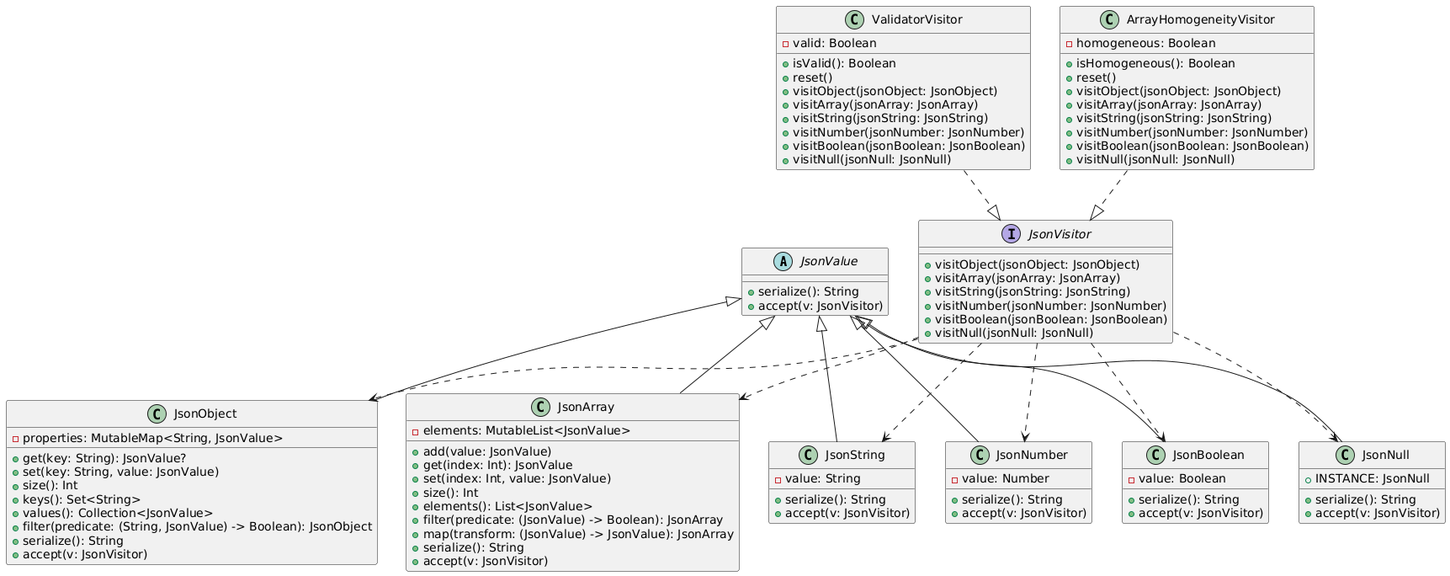
This is docs/diagrams/JsonModelDiagram.png from Bonviniv/KJsonServe, a PlantUML export, as it was before one commit.
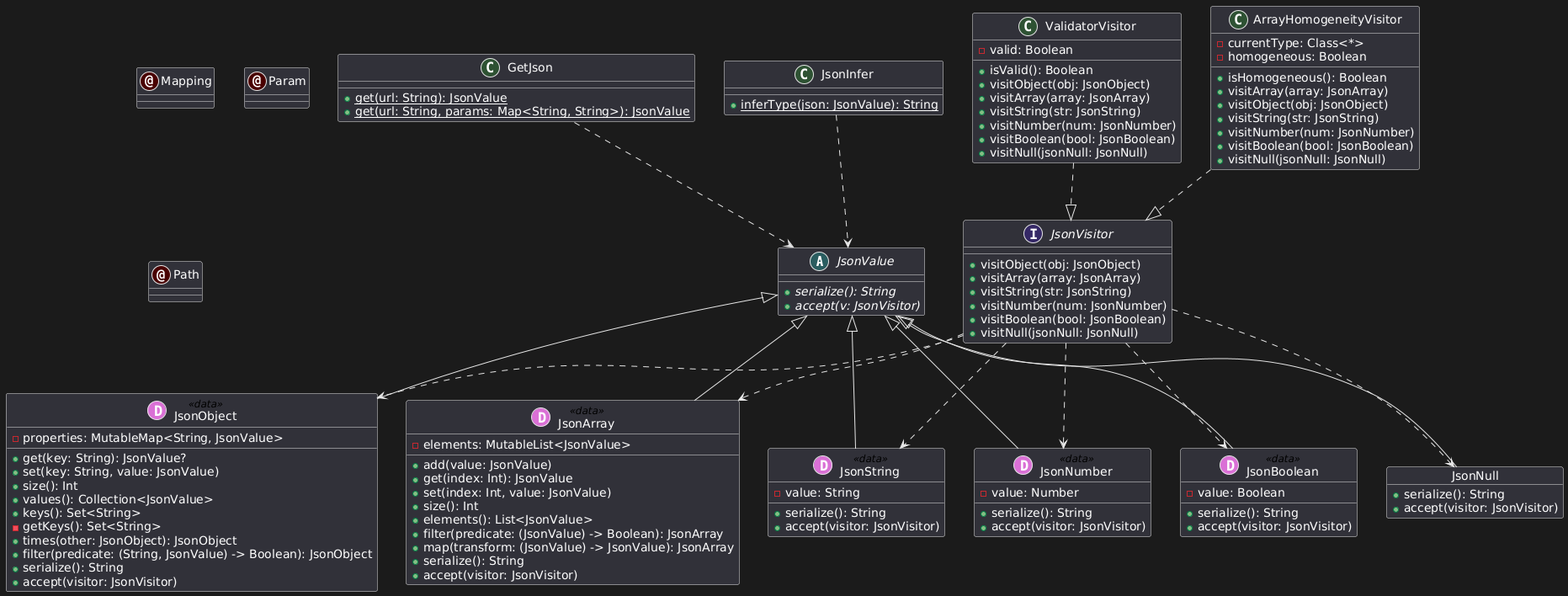
After the commit.

What changed in the source:
```diff
@@ -1,22 +1,24 @@
 @startuml
 abstract class JsonValue {
-  + serialize(): String
-  + accept(v: JsonVisitor)
+  + {abstract} serialize(): String
+  + {abstract} accept(v: JsonVisitor)
 }
 
-class JsonObject {
+class JsonObject << (D,orchid) data >> {
   - properties: MutableMap<String, JsonValue>
   + get(key: String): JsonValue?
   + set(key: String, value: JsonValue)
   + size(): Int
+  + values(): Collection<JsonValue>
   + keys(): Set<String>
-  + values(): Collection<JsonValue>
+  - getKeys(): Set<String>
+  + times(other: JsonObject): JsonObject
   + filter(predicate: (String, JsonValue) -> Boolean): JsonObject
   + serialize(): String
-  + accept(v: JsonVisitor)
+  + accept(visitor: JsonVisitor)
 }
 
-class JsonArray {
+class JsonArray << (D,orchid) data >> {
   - elements: MutableList<JsonValue>
   + add(value: JsonValue)
   + get(index: Int): JsonValue
@@ -26,65 +28,76 @@
   + filter(predicate: (JsonValue) -> Boolean): JsonArray
   + map(transform: (JsonValue) -> JsonValue): JsonArray
   + serialize(): String
-  + accept(v: JsonVisitor)
+  + accept(visitor: JsonVisitor)
 }
 
-class JsonString {
+class JsonString << (D,orchid) data >> {
   - value: String
   + serialize(): String
-  + accept(v: JsonVisitor)
+  + accept(visitor: JsonVisitor)
 }
 
-class JsonNumber {
+class JsonNumber << (D,orchid) data >> {
   - value: Number
   + serialize(): String
-  + accept(v: JsonVisitor)
+  + accept(visitor: JsonVisitor)
 }
 
-class JsonBoolean {
+class JsonBoolean << (D,orchid) data >> {
   - value: Boolean
   + serialize(): String
-  + accept(v: JsonVisitor)
+  + accept(visitor: JsonVisitor)
 }
 
-class JsonNull {
-  + INSTANCE: JsonNull
+object JsonNull {
   + serialize(): String
-  + accept(v: JsonVisitor)
+  + accept(visitor: JsonVisitor)
 }
 
 interface JsonVisitor {
-  + visitObject(jsonObject: JsonObject)
-  + visitArray(jsonArray: JsonArray)
-  + visitString(jsonString: JsonString)
-  + visitNumber(jsonNumber: JsonNumber)
-  + visitBoolean(jsonBoolean: JsonBoolean)
+  + visitObject(obj: JsonObject)
+  + visitArray(array: JsonArray)
+  + visitString(str: JsonString)
+  + visitNumber(num: JsonNumber)
+  + visitBoolean(bool: JsonBoolean)
   + visitNull(jsonNull: JsonNull)
 }
 
 class ValidatorVisitor {
   - valid: Boolean
   + isValid(): Boolean
-  + reset()
-  + visitObject(jsonObject: JsonObject)
-  + visitArray(jsonArray: JsonArray)
-  + visitString(jsonString: JsonString)
-  + visitNumber(jsonNumber: JsonNumber)
-  + visitBoolean(jsonBoolean: JsonBoolean)
+  + visitObject(obj: JsonObject)
+  + visitArray(array: JsonArray)
+  + visitString(str: JsonString)
+  + visitNumber(num: JsonNumber)
+  + visitBoolean(bool: JsonBoolean)
   + visitNull(jsonNull: JsonNull)
 }
 
 class ArrayHomogeneityVisitor {
+  - currentType: Class<*>
   - homogeneous: Boolean
   + isHomogeneous(): Boolean
-  + reset()
-  + visitObject(jsonObject: JsonObject)
-  + visitArray(jsonArray: JsonArray)
-  + visitString(jsonString: JsonString)
-  + visitNumber(jsonNumber: JsonNumber)
-  + visitBoolean(jsonBoolean: JsonBoolean)
+  + visitArray(array: JsonArray)
+  + visitObject(obj: JsonObject)
+  + visitString(str: JsonString)
+  + visitNumber(num: JsonNumber)
+  + visitBoolean(bool: JsonBoolean)
   + visitNull(jsonNull: JsonNull)
 }
+
+class GetJson {
+  + {static} get(url: String): JsonValue
+  + {static} get(url: String, params: Map<String, String>): JsonValue
+}
+
+class JsonInfer {
+  + {static} inferType(json: JsonValue): String
+}
+
+annotation Mapping
+annotation Param
+annotation Path
 
 JsonValue <|-- JsonObject
 JsonValue <|-- JsonArray
@@ -102,4 +115,7 @@
 
 ValidatorVisitor ..|> JsonVisitor
 ArrayHomogeneityVisitor ..|> JsonVisitor
+
+GetJson ..> JsonValue
+JsonInfer ..> JsonValue
 @enduml
```
